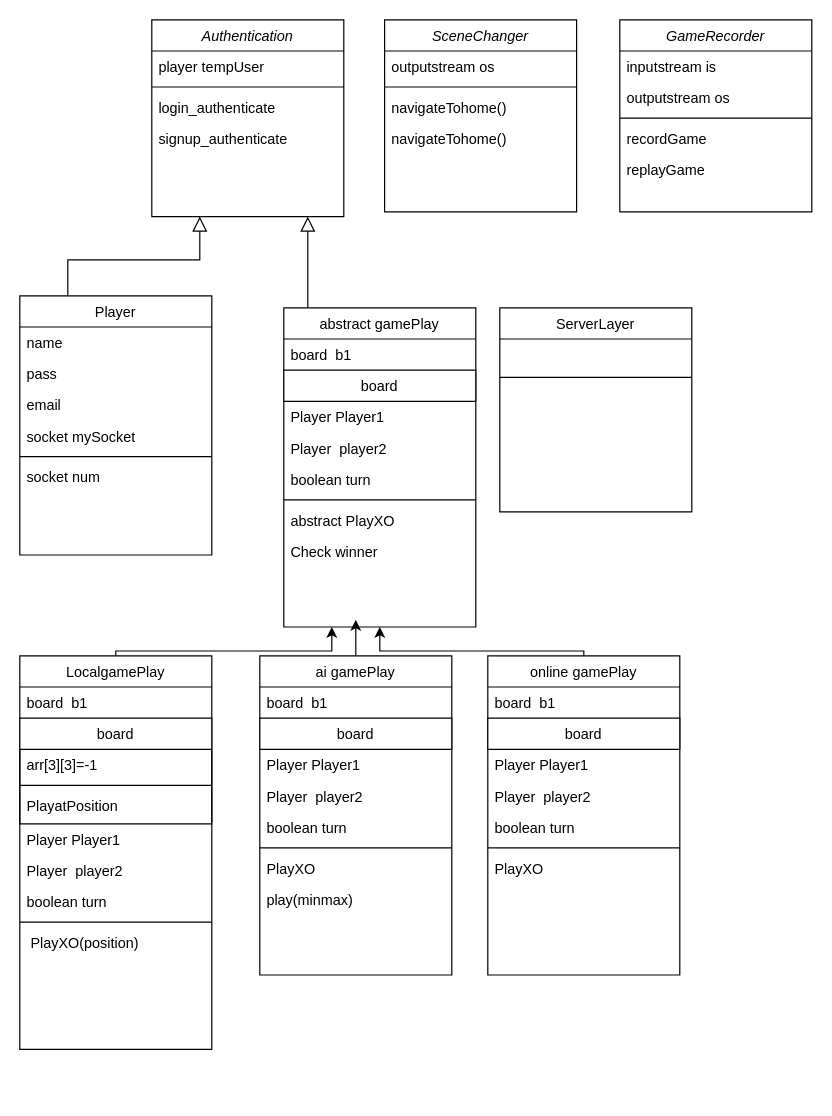
The draw.io diagram Untitled Diagram.drawio in Mustafa-elite/Tic-Tac-Toe-Client, before the edit. Source tidied: cells renumbered, new cells numbered last; positions are measured from the earlier drawing's top-left corner, leaving out a move shared by most shapes. Both pictures are drawn from the tidied source at 120%, with x=0, y=0 at pixel (19, 19).
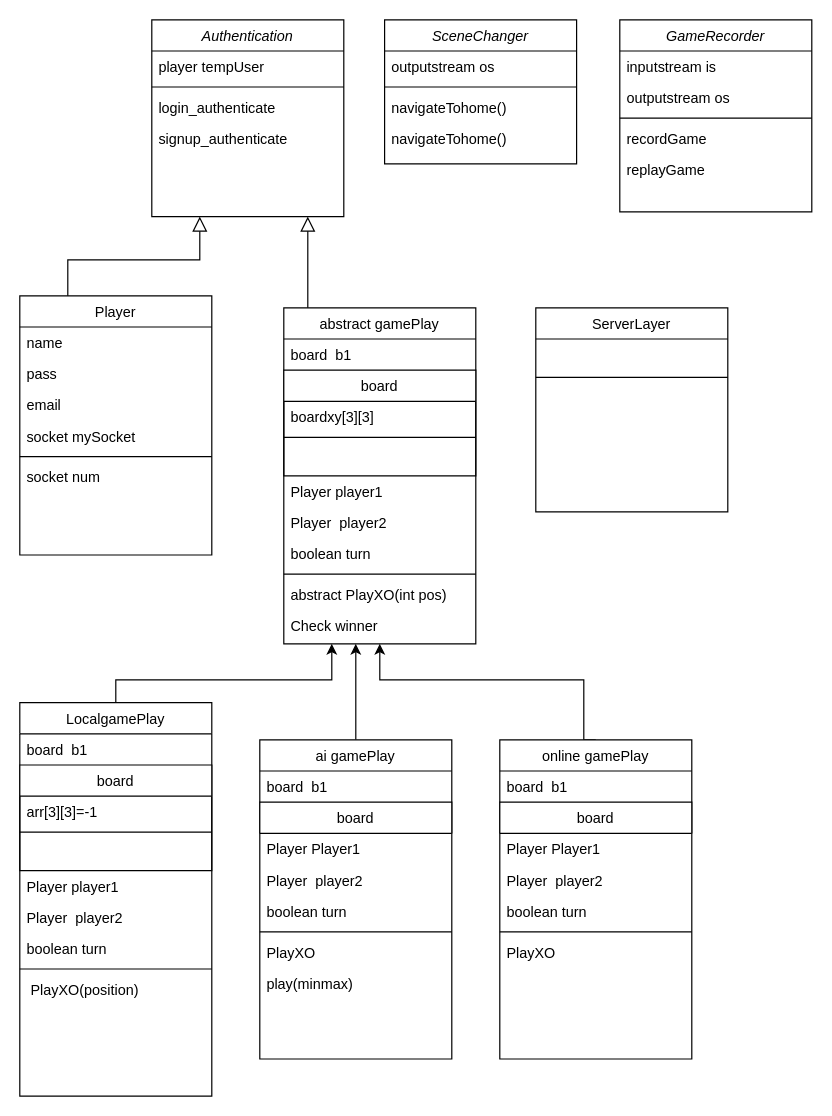
The same diagram, later.

Unchanged cells that the change refers to:
```xml
<mxCell id="49" value="board" style="swimlane;fontStyle=0;align=center;verticalAlign=top;horizontal=1;startSize=26;rounded=0;shadow=0;strokeWidth=1;" parent="47" vertex="1">
  <mxGeometry y="52" width="160" height="88" as="geometry" />
</mxCell>
```

The edit, as a diff of the source:
```diff
@@
     <mxCell id="15" value="abstract gamePlay" style="swimlane;fontStyle=0;align=center;verticalAlign=top;horizontal=1;startSize=26;rounded=0;shadow=0;strokeWidth=1;" parent="1" vertex="1">
-      <mxGeometry x="220" y="240" width="160" height="266" as="geometry" />
+      <mxGeometry x="220" y="240" width="160" height="280" as="geometry" />
     </mxCell>
@@
-    <mxCell id="17" value="board" style="swimlane;fontStyle=0;align=center;verticalAlign=top;horizontal=1;startSize=26;rounded=0;shadow=0;strokeWidth=1;" parent="15" vertex="1" collapsed="1">
-      <mxGeometry y="52" width="160" height="26" as="geometry" />
+    <mxCell id="17" value="board" style="swimlane;fontStyle=0;align=center;verticalAlign=top;horizontal=1;startSize=26;rounded=0;shadow=0;strokeWidth=1;" parent="15" vertex="1">
+      <mxGeometry y="52" width="160" height="88" as="geometry" />
     </mxCell>
+    <mxCell id="69" value="boardxy[3][3]" style="text;align=left;verticalAlign=top;spacingLeft=4;spacingRight=4;overflow=hidden;" parent="17" vertex="1">
+      <mxGeometry y="26" width="160" height="26" as="geometry" />
+    </mxCell>
+    <mxCell id="70" style="line;html=1;strokeWidth=1;align=left;verticalAlign=middle;spacingTop=-1;spacingLeft=3;spacingRight=3;labelPosition=right;" parent="17" vertex="1">
+      <mxGeometry y="52" width="160" height="8" as="geometry" />
+    </mxCell>
-    <mxCell id="18" value="Player Player1" style="text;align=left;verticalAlign=top;spacingLeft=4;spacingRight=4;overflow=hidden;" parent="15" vertex="1">
-      <mxGeometry y="78" width="160" height="26" as="geometry" />
+    <mxCell id="18" value="Player player1" style="text;align=left;verticalAlign=top;spacingLeft=4;spacingRight=4;overflow=hidden;" parent="15" vertex="1">
+      <mxGeometry y="140" width="160" height="26" as="geometry" />
     </mxCell>
     <mxCell id="19" value="Player  player2" style="text;align=left;verticalAlign=top;spacingLeft=4;spacingRight=4;overflow=hidden;" parent="15" vertex="1">
-      <mxGeometry y="104" width="160" height="26" as="geometry" />
+      <mxGeometry y="166" width="160" height="26" as="geometry" />
     </mxCell>
     <mxCell id="20" value="boolean turn" style="text;align=left;verticalAlign=top;spacingLeft=4;spacingRight=4;overflow=hidden;" parent="15" vertex="1">
-      <mxGeometry y="130" width="160" height="26" as="geometry" />
+      <mxGeometry y="192" width="160" height="26" as="geometry" />
     </mxCell>
     <mxCell id="21" style="line;html=1;strokeWidth=1;align=left;verticalAlign=middle;spacingTop=-1;spacingLeft=3;spacingRight=3;labelPosition=right;" parent="15" vertex="1">
-      <mxGeometry y="156" width="160" height="8" as="geometry" />
+      <mxGeometry y="218" width="160" height="8" as="geometry" />
     </mxCell>
-    <mxCell id="22" value="abstract PlayXO" style="text;align=left;verticalAlign=top;spacingLeft=4;spacingRight=4;overflow=hidden;" parent="15" vertex="1">
-      <mxGeometry y="164" width="160" height="26" as="geometry" />
+    <mxCell id="22" value="abstract PlayXO(int pos)" style="text;align=left;verticalAlign=top;spacingLeft=4;spacingRight=4;overflow=hidden;" parent="15" vertex="1">
+      <mxGeometry y="226" width="160" height="26" as="geometry" />
     </mxCell>
     <mxCell id="23" value="Check winner" style="text;align=left;verticalAlign=top;spacingLeft=4;spacingRight=4;overflow=hidden;" parent="15" vertex="1">
-      <mxGeometry y="190" width="160" height="26" as="geometry" />
+      <mxGeometry y="252" width="160" height="26" as="geometry" />
     </mxCell>
@@
     <mxCell id="25" value="ServerLayer" style="swimlane;fontStyle=0;align=center;verticalAlign=top;horizontal=1;startSize=26;rounded=0;shadow=0;strokeWidth=1;" parent="1" vertex="1">
-      <mxGeometry x="400" y="240" width="160" height="170" as="geometry" />
+      <mxGeometry x="430" y="240" width="160" height="170" as="geometry" />
     </mxCell>
@@
     <mxCell id="27" style="edgeStyle=orthogonalEdgeStyle;rounded=0;jettySize=auto;html=1;exitX=0.5;exitY=0;exitDx=0;exitDy=0;" parent="1" edge="1" source="28">
       <mxGeometry relative="1" as="geometry">
-        <mxPoint x="280" y="500" as="targetPoint" />
+        <mxPoint x="280" y="520" as="targetPoint" />
       </mxGeometry>
     </mxCell>
     <mxCell id="28" value="ai gamePlay" style="swimlane;fontStyle=0;align=center;verticalAlign=top;horizontal=1;startSize=26;rounded=0;shadow=0;strokeWidth=1;" parent="1" vertex="1">
-      <mxGeometry x="200" y="530" width="160" height="266" as="geometry" />
+      <mxGeometry x="200" y="600" width="160" height="266" as="geometry" />
     </mxCell>
@@
     <mxCell id="37" style="edgeStyle=orthogonalEdgeStyle;rounded=0;jettySize=auto;html=1;exitX=0.5;exitY=0;exitDx=0;exitDy=0;entryX=0.5;entryY=1;entryDx=0;entryDy=0;" parent="1" edge="1" source="38" target="15">
       <mxGeometry relative="1" as="geometry">
         <Array as="points">
-          <mxPoint x="470" y="526" />
-          <mxPoint x="300" y="526" />
+          <mxPoint x="470" y="600" />
+          <mxPoint x="470" y="550" />
+          <mxPoint x="300" y="550" />
         </Array>
       </mxGeometry>
     </mxCell>
     <mxCell id="38" value="online gamePlay" style="swimlane;fontStyle=0;align=center;verticalAlign=top;horizontal=1;startSize=26;rounded=0;shadow=0;strokeWidth=1;" parent="1" vertex="1">
-      <mxGeometry x="390" y="530" width="160" height="266" as="geometry" />
+      <mxGeometry x="400" y="600" width="160" height="266" as="geometry" />
     </mxCell>
@@
     <mxCell id="46" style="edgeStyle=orthogonalEdgeStyle;rounded=0;jettySize=auto;html=1;exitX=0.5;exitY=0;exitDx=0;exitDy=0;entryX=0.25;entryY=1;entryDx=0;entryDy=0;" parent="1" edge="1" source="47" target="15">
       <mxGeometry relative="1" as="geometry">
         <Array as="points">
-          <mxPoint x="80" y="526" />
-          <mxPoint x="260" y="526" />
+          <mxPoint x="80" y="550" />
+          <mxPoint x="260" y="550" />
         </Array>
       </mxGeometry>
     </mxCell>
     <mxCell id="47" value="LocalgamePlay" style="swimlane;fontStyle=0;align=center;verticalAlign=top;horizontal=1;startSize=26;rounded=0;shadow=0;strokeWidth=1;" parent="1" vertex="1">
-      <mxGeometry y="530" width="160" height="328" as="geometry" />
+      <mxGeometry y="569" width="160" height="328" as="geometry" />
     </mxCell>
@@
-    <mxCell id="52" value="PlayatPosition" style="text;align=left;verticalAlign=top;spacingLeft=4;spacingRight=4;overflow=hidden;" parent="49" vertex="1">
-      <mxGeometry y="60" width="160" height="26" as="geometry" />
-    </mxCell>
-    <mxCell id="53" value="Player Player1" style="text;align=left;verticalAlign=top;spacingLeft=4;spacingRight=4;overflow=hidden;" parent="47" vertex="1">
+    <mxCell id="53" value="Player player1" style="text;align=left;verticalAlign=top;spacingLeft=4;spacingRight=4;overflow=hidden;" parent="47" vertex="1">
       <mxGeometry y="140" width="160" height="26" as="geometry" />
     </mxCell>
@@
     <mxCell id="58" value="SceneChanger" style="swimlane;fontStyle=2;align=center;verticalAlign=top;horizontal=1;startSize=26;rounded=0;shadow=0;strokeWidth=1;" parent="1" vertex="1">
-      <mxGeometry x="304" width="160" height="160" as="geometry" />
+      <mxGeometry x="304" width="160" height="120" as="geometry" />
     </mxCell>
```
